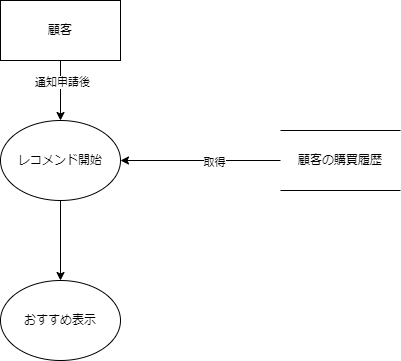
Pyama1013/Sotsu.Gamen keeps this draw.io diagram as DFD/レコメンド.drawio.png. Above is the earlier version. Source tidied: cells renumbered, new cells last; positions are measured from the earlier drawing's top-left corner, leaving out a move shared by most shapes.
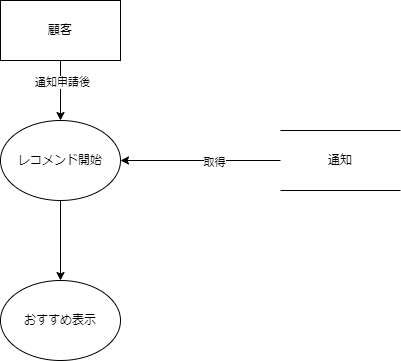
After the commit.

Commit message:
レコメンド.drawio.png を更新します

Change to the diagram source:
```diff
@@ -26,7 +26,7 @@
     <mxCell id="9" value="取得" style="edgeLabel;html=1;align=center;verticalAlign=middle;" parent="8" vertex="1">
       <mxGeometry x="-0.16" y="1" relative="1" as="geometry" />
     </mxCell>
-    <mxCell id="10" value="顧客の購買履歴" style="shape=partialRectangle;whiteSpace=wrap;html=1;left=0;right=0;fillColor=none;" parent="1" vertex="1">
+    <mxCell id="10" value="通知" style="shape=partialRectangle;whiteSpace=wrap;html=1;left=0;right=0;fillColor=none;" parent="1" vertex="1">
       <mxGeometry x="280" y="130" width="120" height="60" as="geometry" />
     </mxCell>
   </root>
```
